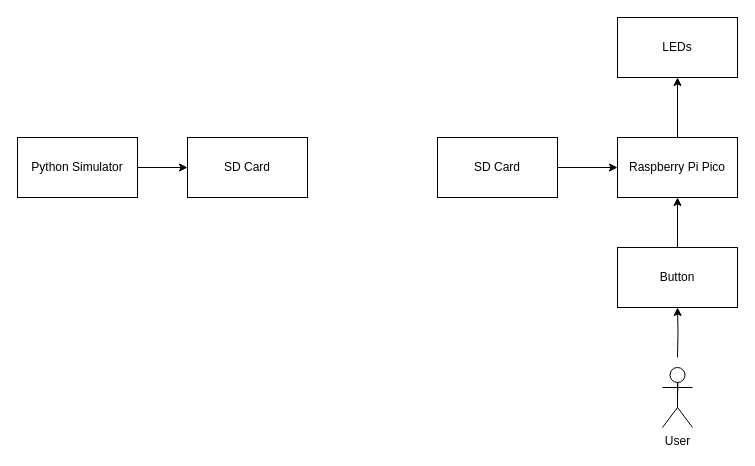
Before: documentation/rough_architecture.drawio in Schmoeppel/kirakirakasa, a draw.io diagram. Source tidied: cells renumbered, new cells numbered last; positions are measured from the earlier drawing's top-left corner, leaving out a move shared by most shapes. Both pictures are drawn from the tidied source at 100%, with x=0, y=0 at pixel (17, 17).
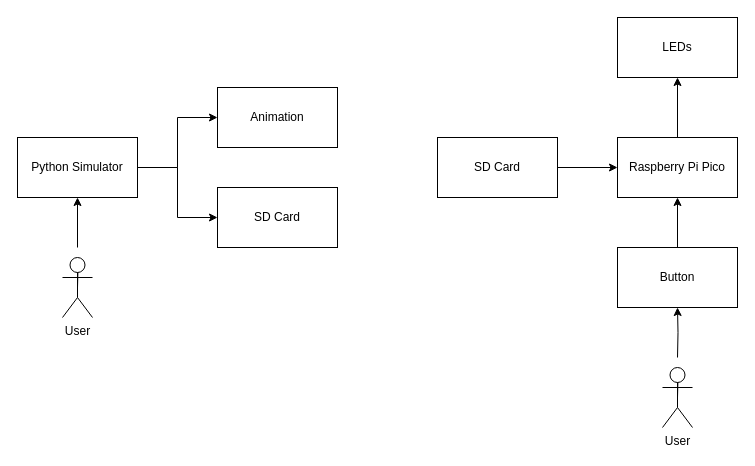
The same diagram, later.

The change refers to these unchanged cells:
```xml
<mxCell id="3" value="Python Simulator" style="rounded=0;whiteSpace=wrap;html=1;" parent="1" vertex="1">
  <mxGeometry y="120" width="120" height="60" as="geometry" />
</mxCell>
```

Change to the diagram source:
```diff
@@
     <mxCell id="2" style="edgeStyle=orthogonalEdgeStyle;rounded=0;jettySize=auto;html=1;" parent="1" edge="1" source="3" target="12">
-      <mxGeometry relative="1" as="geometry" />
+      <mxGeometry relative="1" as="geometry">
+        <Array as="points">
+          <mxPoint x="160" y="150" />
+          <mxPoint x="160" y="200" />
+        </Array>
+      </mxGeometry>
     </mxCell>
+    <mxCell id="15" style="edgeStyle=orthogonalEdgeStyle;rounded=0;jettySize=auto;html=1;" parent="1" edge="1" source="3" target="19">
+      <mxGeometry relative="1" as="geometry" />
+    </mxCell>
@@
     <mxCell id="12" value="SD Card" style="rounded=0;whiteSpace=wrap;html=1;" parent="1" vertex="1">
-      <mxGeometry x="170" y="120" width="120" height="60" as="geometry" />
+      <mxGeometry x="200" y="170" width="120" height="60" as="geometry" />
     </mxCell>
@@
+    <mxCell id="16" style="edgeStyle=orthogonalEdgeStyle;rounded=0;orthogonalLoop=1;jettySize=auto;html=1;" parent="1" edge="1">
+      <mxGeometry relative="1" as="geometry">
+        <mxPoint x="60" y="230" as="sourcePoint" />
+        <mxPoint x="60" y="180" as="targetPoint" />
+      </mxGeometry>
+    </mxCell>
+    <mxCell id="17" style="edgeStyle=orthogonalEdgeStyle;rounded=0;jettySize=auto;html=1;" parent="1" edge="1" target="18">
+      <mxGeometry relative="1" as="geometry">
+        <mxPoint x="60" y="270" as="sourcePoint" />
+      </mxGeometry>
+    </mxCell>
+    <mxCell id="18" value="User" style="shape=umlActor;verticalLabelPosition=bottom;verticalAlign=top;html=1;outlineConnect=0;" parent="1" vertex="1">
+      <mxGeometry x="45" y="240" width="30" height="60" as="geometry" />
+    </mxCell>
+    <mxCell id="19" value="Animation" style="whiteSpace=wrap;html=1;rounded=0;" parent="1" vertex="1">
+      <mxGeometry x="200" y="70" width="120" height="60" as="geometry" />
+    </mxCell>
```
